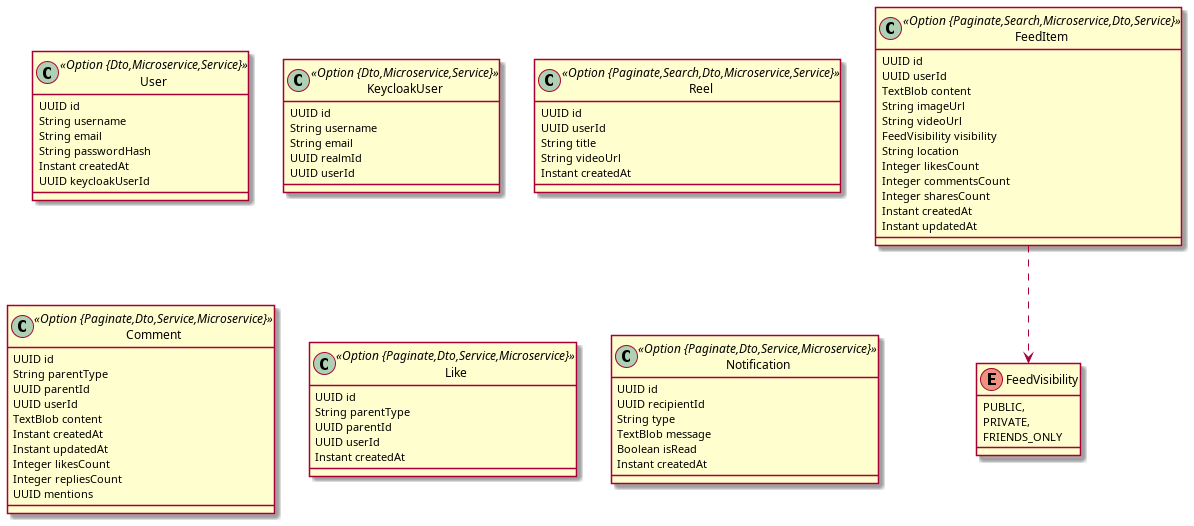
Above: docs/jdl/app.png in phungle2508/AppF4 (PlantUML), before the change.
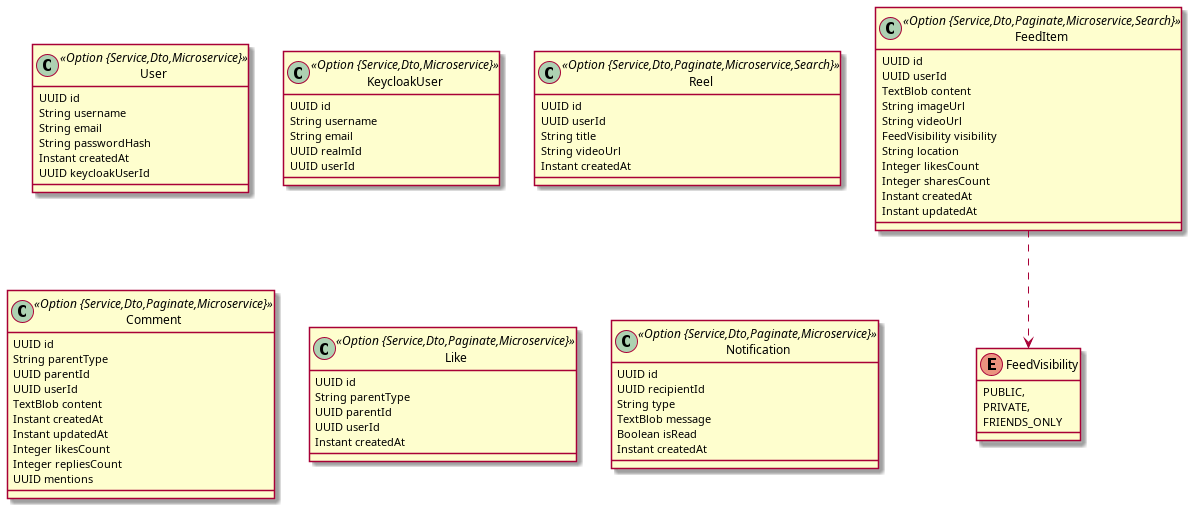
The same diagram one commit later.

What changed in the source:
```diff
@@ -5,7 +5,7 @@
 		PRIVATE,
 		FRIENDS_ONLY
 	}
-	class User <<Option {Dto,Microservice,Service}>> {
+	class User <<Option {Service,Dto,Microservice}>> {
 		UUID id
 		String username
 		String email
@@ -13,21 +13,21 @@
 		Instant createdAt
 		UUID keycloakUserId
 	}
-	class KeycloakUser <<Option {Dto,Microservice,Service}>> {
+	class KeycloakUser <<Option {Service,Dto,Microservice}>> {
 		UUID id
 		String username
 		String email
 		UUID realmId
 		UUID userId
 	}
-	class Reel <<Option {Paginate,Search,Dto,Microservice,Service}>> {
+	class Reel <<Option {Service,Dto,Paginate,Microservice,Search}>> {
 		UUID id
 		UUID userId
 		String title
 		String videoUrl
 		Instant createdAt
 	}
-	class Comment <<Option {Paginate,Dto,Service,Microservice}>> {
+	class Comment <<Option {Service,Dto,Paginate,Microservice}>> {
 		UUID id
 		String parentType
 		UUID parentId
@@ -39,14 +39,14 @@
 		Integer repliesCount
 		UUID mentions
 	}
-	class Like <<Option {Paginate,Dto,Service,Microservice}>> {
+	class Like <<Option {Service,Dto,Paginate,Microservice}>> {
 		UUID id
 		String parentType
 		UUID parentId
 		UUID userId
 		Instant createdAt
 	}
-	class Notification <<Option {Paginate,Dto,Service,Microservice}>> {
+	class Notification <<Option {Service,Dto,Paginate,Microservice}>> {
 		UUID id
 		UUID recipientId
 		String type
@@ -54,7 +54,7 @@
 		Boolean isRead
 		Instant createdAt
 	}
-	class FeedItem <<Option {Paginate,Search,Microservice,Dto,Service}>> {
+	class FeedItem <<Option {Service,Dto,Paginate,Microservice,Search}>> {
 		UUID id
 		UUID userId
 		TextBlob content
@@ -63,7 +63,6 @@
 		FeedVisibility visibility
 		String location
 		Integer likesCount
-		Integer commentsCount
 		Integer sharesCount
 		Instant createdAt
 		Instant updatedAt
```
